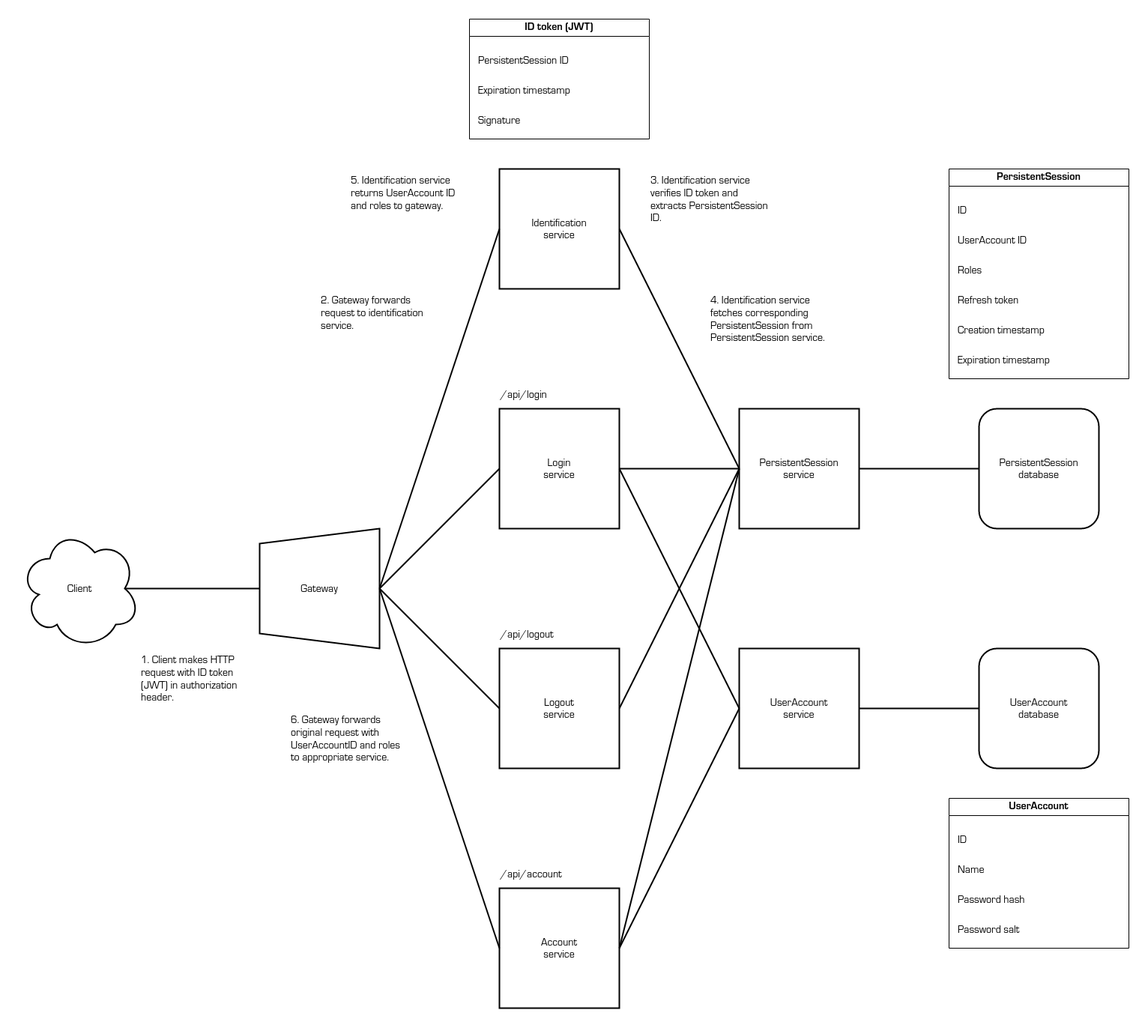
shinhugh/base keeps this draw.io diagram as docs/architecture.png. Above is the earlier version. Source tidied: cells renumbered, new cells last; positions are measured from the earlier drawing's top-left corner, leaving out a move shared by most shapes.
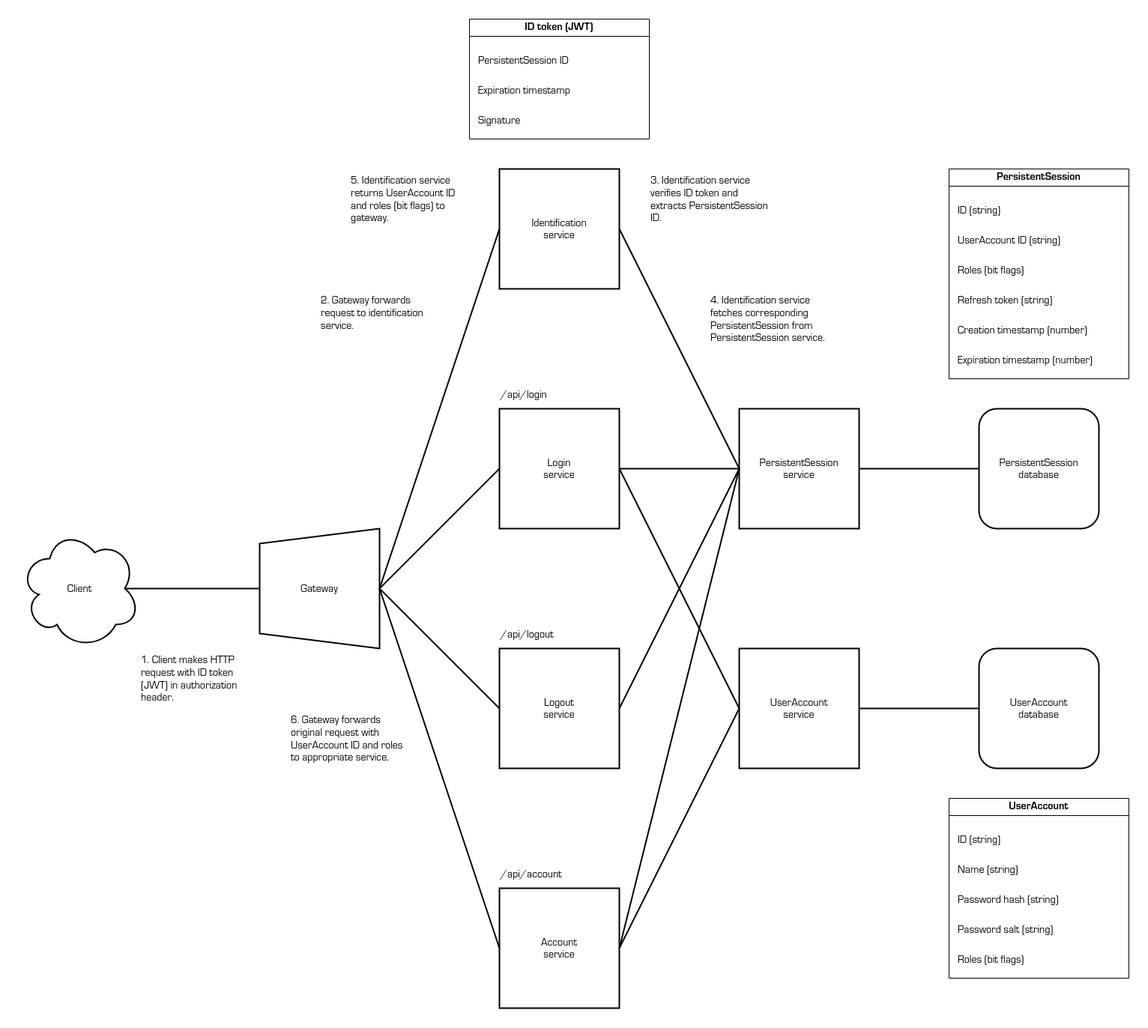
Above is the later version.

Commit message:
Update architecture diagram; add table creation queries; progress on PersistentSession service implementation

Diff of the diagram source:
```diff
@@ -104,46 +104,49 @@
     <mxCell id="35" value="PersistentSession" style="swimlane;whiteSpace=wrap;fontFamily=Lucida Console;fontSize=14;" parent="1" vertex="1">
       <mxGeometry x="1240" y="200" width="240" height="280" as="geometry" />
     </mxCell>
-    <mxCell id="36" value="ID" style="text;strokeColor=none;fillColor=none;align=left;verticalAlign=top;whiteSpace=wrap;rounded=0;fontFamily=Lucida Console;fontSize=14;" parent="35" vertex="1">
+    <mxCell id="36" value="ID (string)" style="text;strokeColor=none;fillColor=none;align=left;verticalAlign=top;whiteSpace=wrap;rounded=0;fontFamily=Lucida Console;fontSize=14;" parent="35" vertex="1">
       <mxGeometry x="10" y="40" width="220" height="40" as="geometry" />
     </mxCell>
-    <mxCell id="37" value="Creation timestamp" style="text;strokeColor=none;fillColor=none;align=left;verticalAlign=top;whiteSpace=wrap;rounded=0;fontFamily=Lucida Console;fontSize=14;" parent="35" vertex="1">
+    <mxCell id="37" value="Creation timestamp (number)" style="text;strokeColor=none;fillColor=none;align=left;verticalAlign=top;whiteSpace=wrap;rounded=0;fontFamily=Lucida Console;fontSize=14;" parent="35" vertex="1">
       <mxGeometry x="10" y="200" width="220" height="40" as="geometry" />
     </mxCell>
-    <mxCell id="38" value="Expiration timestamp" style="text;strokeColor=none;fillColor=none;align=left;verticalAlign=top;whiteSpace=wrap;rounded=0;fontFamily=Lucida Console;fontSize=14;" parent="35" vertex="1">
+    <mxCell id="38" value="Expiration timestamp (number)" style="text;strokeColor=none;fillColor=none;align=left;verticalAlign=top;whiteSpace=wrap;rounded=0;fontFamily=Lucida Console;fontSize=14;" parent="35" vertex="1">
       <mxGeometry x="10" y="240" width="220" height="40" as="geometry" />
     </mxCell>
-    <mxCell id="39" value="UserAccount ID" style="text;strokeColor=none;fillColor=none;align=left;verticalAlign=top;whiteSpace=wrap;rounded=0;fontFamily=Lucida Console;fontSize=14;" parent="35" vertex="1">
+    <mxCell id="39" value="UserAccount ID (string)" style="text;strokeColor=none;fillColor=none;align=left;verticalAlign=top;whiteSpace=wrap;rounded=0;fontFamily=Lucida Console;fontSize=14;" parent="35" vertex="1">
       <mxGeometry x="10" y="80" width="220" height="40" as="geometry" />
     </mxCell>
-    <mxCell id="40" value="Refresh token" style="text;strokeColor=none;fillColor=none;align=left;verticalAlign=top;whiteSpace=wrap;rounded=0;fontFamily=Lucida Console;fontSize=14;" parent="35" vertex="1">
+    <mxCell id="40" value="Refresh token (string)" style="text;strokeColor=none;fillColor=none;align=left;verticalAlign=top;whiteSpace=wrap;rounded=0;fontFamily=Lucida Console;fontSize=14;" parent="35" vertex="1">
       <mxGeometry x="10" y="160" width="220" height="40" as="geometry" />
     </mxCell>
-    <mxCell id="41" value="Roles" style="text;strokeColor=none;fillColor=none;align=left;verticalAlign=top;whiteSpace=wrap;rounded=0;fontFamily=Lucida Console;fontSize=14;" parent="35" vertex="1">
+    <mxCell id="41" value="Roles (bit flags)" style="text;strokeColor=none;fillColor=none;align=left;verticalAlign=top;whiteSpace=wrap;rounded=0;fontFamily=Lucida Console;fontSize=14;" parent="35" vertex="1">
       <mxGeometry x="10" y="120" width="220" height="40" as="geometry" />
     </mxCell>
     <mxCell id="42" style="endArrow=none;html=1;rounded=0;exitX=1;exitY=0.5;exitDx=0;exitDy=0;entryX=0;entryY=0.5;entryDx=0;entryDy=0;endFill=0;strokeWidth=2;" parent="1" edge="1" source="15" target="3">
       <mxGeometry relative="1" as="geometry" />
     </mxCell>
     <mxCell id="43" value="UserAccount" style="swimlane;whiteSpace=wrap;fontFamily=Lucida Console;fontSize=14;" parent="1" vertex="1">
-      <mxGeometry x="1240" y="1040" width="240" height="200" as="geometry" />
+      <mxGeometry x="1240" y="1040" width="240" height="240" as="geometry" />
     </mxCell>
-    <mxCell id="44" value="ID" style="text;strokeColor=none;fillColor=none;align=left;verticalAlign=top;whiteSpace=wrap;rounded=0;fontFamily=Lucida Console;fontSize=14;" parent="43" vertex="1">
+    <mxCell id="44" value="ID (string)" style="text;strokeColor=none;fillColor=none;align=left;verticalAlign=top;whiteSpace=wrap;rounded=0;fontFamily=Lucida Console;fontSize=14;" parent="43" vertex="1">
       <mxGeometry x="10" y="40" width="220" height="40" as="geometry" />
     </mxCell>
-    <mxCell id="45" value="Password salt" style="text;strokeColor=none;fillColor=none;align=left;verticalAlign=top;whiteSpace=wrap;rounded=0;fontFamily=Lucida Console;fontSize=14;" parent="43" vertex="1">
+    <mxCell id="45" value="Password salt (string)" style="text;strokeColor=none;fillColor=none;align=left;verticalAlign=top;whiteSpace=wrap;rounded=0;fontFamily=Lucida Console;fontSize=14;" parent="43" vertex="1">
       <mxGeometry x="10" y="160" width="220" height="40" as="geometry" />
     </mxCell>
-    <mxCell id="46" value="Name" style="text;strokeColor=none;fillColor=none;align=left;verticalAlign=top;whiteSpace=wrap;rounded=0;fontFamily=Lucida Console;fontSize=14;" parent="43" vertex="1">
+    <mxCell id="46" value="Name (string)" style="text;strokeColor=none;fillColor=none;align=left;verticalAlign=top;whiteSpace=wrap;rounded=0;fontFamily=Lucida Console;fontSize=14;" parent="43" vertex="1">
       <mxGeometry x="10" y="80" width="220" height="40" as="geometry" />
     </mxCell>
-    <mxCell id="47" value="Password hash" style="text;strokeColor=none;fillColor=none;align=left;verticalAlign=top;whiteSpace=wrap;rounded=0;fontFamily=Lucida Console;fontSize=14;" parent="43" vertex="1">
+    <mxCell id="47" value="Password hash (string)" style="text;strokeColor=none;fillColor=none;align=left;verticalAlign=top;whiteSpace=wrap;rounded=0;fontFamily=Lucida Console;fontSize=14;" parent="43" vertex="1">
       <mxGeometry x="10" y="120" width="220" height="40" as="geometry" />
     </mxCell>
+    <mxCell id="50" value="Roles (bit flags)" style="text;strokeColor=none;fillColor=none;align=left;verticalAlign=top;whiteSpace=wrap;rounded=0;fontFamily=Lucida Console;fontSize=14;" parent="43" vertex="1">
+      <mxGeometry x="10" y="200" width="220" height="40" as="geometry" />
+    </mxCell>
-    <mxCell id="48" value="5. Identification service returns UserAccount ID and roles to gateway." style="text;strokeColor=none;fillColor=none;align=left;verticalAlign=top;rounded=0;fontSize=14;fontFamily=Lucida Console;whiteSpace=wrap;" parent="1" vertex="1">
+    <mxCell id="48" value="5. Identification service returns UserAccount ID and roles (bit flags) to gateway." style="text;strokeColor=none;fillColor=none;align=left;verticalAlign=top;rounded=0;fontSize=14;fontFamily=Lucida Console;whiteSpace=wrap;" parent="1" vertex="1">
       <mxGeometry x="440" y="200" width="160" height="120" as="geometry" />
     </mxCell>
-    <mxCell id="49" value="6. Gateway forwards original request with UserAccountID and roles to appropriate service." style="text;strokeColor=none;fillColor=none;align=left;verticalAlign=top;rounded=0;fontSize=14;fontFamily=Lucida Console;whiteSpace=wrap;" parent="1" vertex="1">
+    <mxCell id="49" value="6. Gateway forwards original request with UserAccount ID and roles to appropriate service." style="text;strokeColor=none;fillColor=none;align=left;verticalAlign=top;rounded=0;fontSize=14;fontFamily=Lucida Console;whiteSpace=wrap;" parent="1" vertex="1">
       <mxGeometry x="360" y="920" width="160" height="120" as="geometry" />
     </mxCell>
   </root>
```
